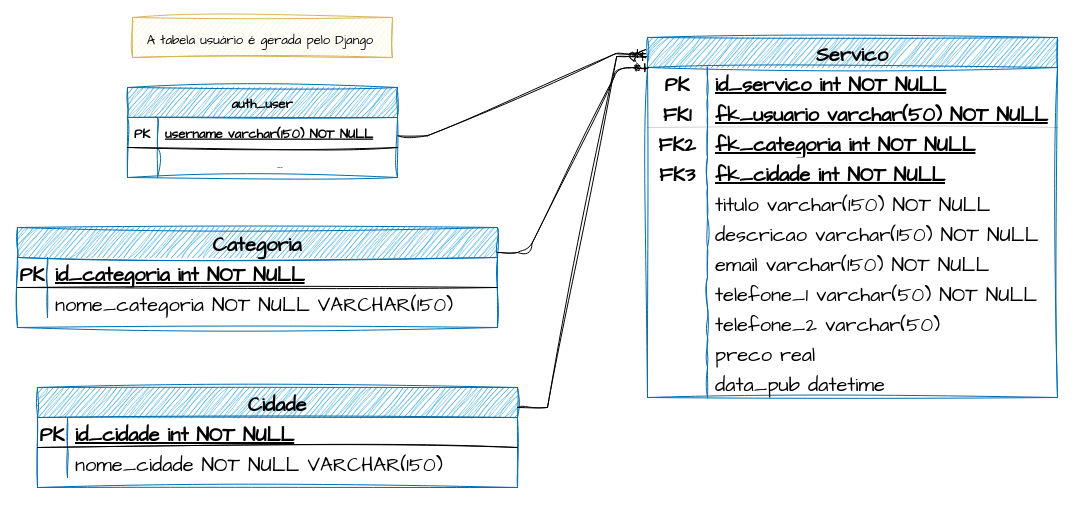
This is docs/DER.drawio from rafaelngoncalves5/servicos, a draw.io file, before an edit. Source tidied: cells renumbered, new cells numbered last; positions are measured from the earlier drawing's top-left corner, leaving out a move shared by most shapes. Both pictures are drawn from the tidied source at 100%, with x=0, y=0 at pixel (17, 17).
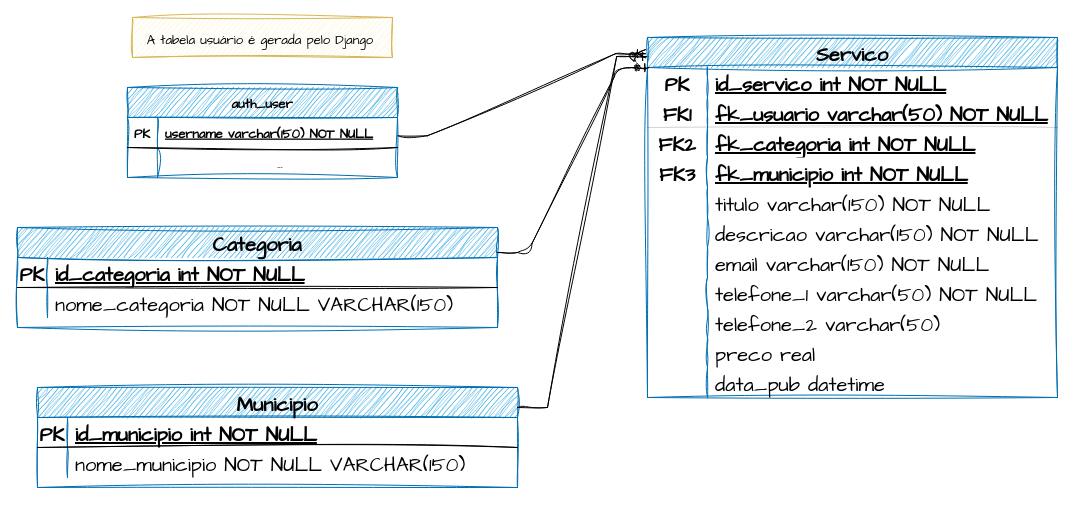
Above is the later version.

Unchanged cells that the change refers to:
```xml
<mxCell id="14" style="shape=tableRow;horizontal=0;startSize=0;swimlaneHead=0;swimlaneBody=0;fillColor=none;top=0;left=0;right=0;bottom=0;sketch=1;hachureGap=4;jiggle=2;curveFitting=1;fontFamily=Architects Daughter;fontSize=20;" parent="4" vertex="1">
  <mxGeometry y="120" width="410" height="30" as="geometry" />
</mxCell>
<mxCell id="54" style="shape=tableRow;horizontal=0;startSize=0;swimlaneHead=0;swimlaneBody=0;fillColor=none;top=0;left=0;right=0;bottom=1;sketch=1;hachureGap=4;jiggle=2;curveFitting=1;fontFamily=Architects Daughter;fontSize=20;" parent="53" vertex="1">
  <mxGeometry y="30" width="480" height="30" as="geometry" />
</mxCell>
<mxCell id="57" style="shape=tableRow;horizontal=0;startSize=0;swimlaneHead=0;swimlaneBody=0;fillColor=none;top=0;left=0;right=0;bottom=0;sketch=1;hachureGap=4;jiggle=2;curveFitting=1;fontFamily=Architects Daughter;fontSize=20;" parent="53" vertex="1">
  <mxGeometry y="60" width="480" height="30" as="geometry" />
</mxCell>
```

The edit, as a diff of the source:
```diff
@@
-    <mxCell id="16" value="fk_cidade int NOT NULL" style="shape=partialRectangle;fillColor=none;top=0;left=0;bottom=0;right=0;align=left;spacingLeft=6;fontStyle=5;overflow=hidden;sketch=1;hachureGap=4;jiggle=2;curveFitting=1;fontFamily=Architects Daughter;fontSize=20;rounded=0;" parent="14" vertex="1">
+    <mxCell id="16" value="fk_municipio int NOT NULL" style="shape=partialRectangle;fillColor=none;top=0;left=0;bottom=0;right=0;align=left;spacingLeft=6;fontStyle=5;overflow=hidden;sketch=1;hachureGap=4;jiggle=2;curveFitting=1;fontFamily=Architects Daughter;fontSize=20;rounded=0;" parent="14" vertex="1">
       <mxGeometry x="60" width="350" height="30" as="geometry" />
     </mxCell>
@@
-    <mxCell id="53" value="Cidade" style="shape=table;startSize=30;childLayout=tableLayout;rowLines=0;fontStyle=1;align=center;sketch=1;hachureGap=4;jiggle=2;curveFitting=1;fontFamily=Architects Daughter;fontSize=20;fillColor=#1ba1e2;strokeColor=#006EAF;fontColor=#000000;" parent="1" vertex="1">
+    <mxCell id="53" value="Municipio" style="shape=table;startSize=30;childLayout=tableLayout;rowLines=0;fontStyle=1;align=center;sketch=1;hachureGap=4;jiggle=2;curveFitting=1;fontFamily=Architects Daughter;fontSize=20;fillColor=#1ba1e2;strokeColor=#006EAF;fontColor=#000000;" parent="1" vertex="1">
       <mxGeometry x="20" y="370" width="480" height="100" as="geometry" />
     </mxCell>
@@
-    <mxCell id="56" value="id_cidade int NOT NULL" style="shape=partialRectangle;fillColor=none;top=0;left=0;bottom=0;right=0;align=left;spacingLeft=6;fontStyle=5;overflow=hidden;sketch=1;hachureGap=4;jiggle=2;curveFitting=1;fontFamily=Architects Daughter;fontSize=20;" parent="54" vertex="1">
+    <mxCell id="56" value="id_municipio int NOT NULL" style="shape=partialRectangle;fillColor=none;top=0;left=0;bottom=0;right=0;align=left;spacingLeft=6;fontStyle=5;overflow=hidden;sketch=1;hachureGap=4;jiggle=2;curveFitting=1;fontFamily=Architects Daughter;fontSize=20;" parent="54" vertex="1">
       <mxGeometry x="30" width="450" height="30" as="geometry" />
     </mxCell>
@@
-    <mxCell id="59" value="nome_cidade NOT NULL VARCHAR(150)" style="shape=partialRectangle;fillColor=none;top=0;left=0;bottom=0;right=0;align=left;spacingLeft=6;overflow=hidden;sketch=1;hachureGap=4;jiggle=2;curveFitting=1;fontFamily=Architects Daughter;fontSize=20;" parent="57" vertex="1">
+    <mxCell id="59" value="nome_municipio NOT NULL VARCHAR(150)" style="shape=partialRectangle;fillColor=none;top=0;left=0;bottom=0;right=0;align=left;spacingLeft=6;overflow=hidden;sketch=1;hachureGap=4;jiggle=2;curveFitting=1;fontFamily=Architects Daughter;fontSize=20;" parent="57" vertex="1">
       <mxGeometry x="30" width="450" height="30" as="geometry" />
     </mxCell>
```
